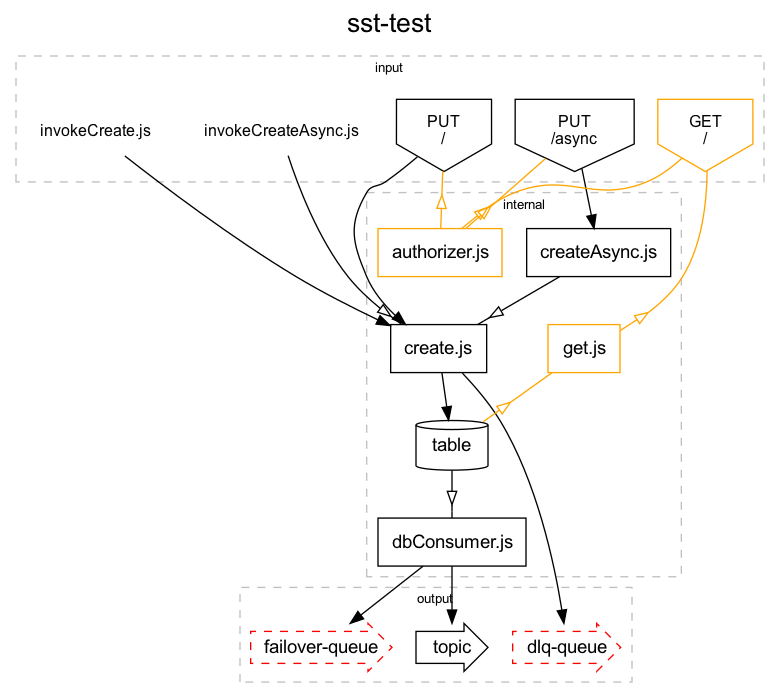
This is stackdef/stackdef.png from wintvelt/sst-ms-template, a Graphviz export, as it was before one commit. Its source is kept beside it as stackdef/stackdef.dot. The source it was exported from:
```dot
digraph {
        node [shape=plaintext fontname="Arial" fontsize="10"]
        edge [fontname="Arial" fontsize="10"]
        subgraph cluster0 {
            label="internal"
            fontname="Arial"
            fontsize=10
            color=grey
            style=dashed
            node0 [ shape=box label=<
            <table border="0" cellborder="0" cellspacing="0">
            <tr><td align="left"><font point-size="14">create.js</font></td></tr>
            </table>>]
        node1 [ shape=box label=<
            <table border="0" cellborder="0" cellspacing="0">
            <tr><td align="left"><font point-size="14">createAsync.js</font></td></tr>
            </table>>]
        node2 [ shape=box color=orange label=<
            <table border="0" cellborder="0" cellspacing="0">
            <tr><td align="left"><font point-size="14">authorizer.js</font></td></tr>
            </table>>]
        node3 [ shape=box label=<
            <table border="0" cellborder="0" cellspacing="0">
            <tr><td align="left"><font point-size="14">dbConsumer.js</font></td></tr>
            </table>>]
        node4 [ shape=box color=orange label=<
            <table border="0" cellborder="0" cellspacing="0">
            <tr><td align="left"><font point-size="14">get.js</font></td></tr>
            </table>>]
        node8 [ shape=cylinder label=<
            <table border="0" cellborder="0" cellspacing="0">
            <tr><td align="left"><font point-size="14">table</font></td></tr>
            </table>>]
    }
    subgraph cluster1 {
            label="input"
            fontname="Arial"
            fontsize=10
            color=grey
            style=dashed
            node5 [ shape=plaintext label=<
            <table border="0" cellborder="0" cellspacing="0">
            <tr><td align="left"><font point-size="12">invokeCreate.js</font></td></tr>
            </table>>]
        node6 [ shape=plaintext label=<
            <table border="0" cellborder="0" cellspacing="0">
            <tr><td align="left"><font point-size="12">invokeCreateAsync.js</font></td></tr>
            </table>>]
        node7 [ shape=invhouse fontsize=12 label="PUT\n/"]
        node10 [ shape=invhouse fontsize=12 label="PUT\n/async"]
        node11 [ shape=invhouse color=orange fontsize=12 label="GET\n/"]
    }
    subgraph cluster2 {
            label="output"
            fontname="Arial"
            fontsize=10
            color=grey
            style=dashed
            node9 [ shape=rarrow style=dashed color=red label=<
            <table border="0" cellborder="0" cellspacing="0">
            <tr><td align="left"><font point-size="14">dlq-queue</font></td></tr>
            </table>>]
        node12 [ shape=rarrow label=<
            <table border="0" cellborder="0" cellspacing="0">
            <tr><td align="left"><font point-size="14">topic</font></td></tr>
            </table>>]
        node13 [ shape=rarrow style=dashed color=red label=<
            <table border="0" cellborder="0" cellspacing="0">
            <tr><td align="left"><font point-size="14">failover-queue</font></td></tr>
            </table>>]
    }
    node7 -> node0
    node0 -> node8
    node0 -> node9
    node10 -> node1
    node1 -> node0 [arrowhead = nonenoneonormal]
    node11 -> node2 [color=orange arrowhead=nonenonenoneoinv]
    node7 -> node2 [color=orange arrowhead=nonenonenoneoinv]
    node10 -> node2 [color=orange arrowhead=nonenonenoneoinv]
    node8 -> node3 [arrowhead = nonenoneonormal]
    node3 -> node12
    node3 -> node13
    node11 -> node4 [color=orange arrowhead=nonenonenoneoinv]
    node4 -> node8 [color=orange arrowhead=nonenonenoneoinv]
    node5 -> node0
    node6 -> node0 [arrowhead = nonenoneonormal]

    labelloc="t"
    fontname="Arial"
    fontsize="20"
    label="sst-test"
}
```
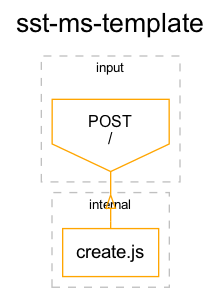
Above is the later version.

The edit, as a diff of the source:
```diff
@@ -7,29 +7,9 @@
             fontsize=10
             color=grey
             style=dashed
-            node0 [ shape=box label=<
+            node0 [ shape=box color=orange label=<
             <table border="0" cellborder="0" cellspacing="0">
             <tr><td align="left"><font point-size="14">create.js</font></td></tr>
-            </table>>]
-        node1 [ shape=box label=<
-            <table border="0" cellborder="0" cellspacing="0">
-            <tr><td align="left"><font point-size="14">createAsync.js</font></td></tr>
-            </table>>]
-        node2 [ shape=box color=orange label=<
-            <table border="0" cellborder="0" cellspacing="0">
-            <tr><td align="left"><font point-size="14">authorizer.js</font></td></tr>
-            </table>>]
-        node3 [ shape=box label=<
-            <table border="0" cellborder="0" cellspacing="0">
-            <tr><td align="left"><font point-size="14">dbConsumer.js</font></td></tr>
-            </table>>]
-        node4 [ shape=box color=orange label=<
-            <table border="0" cellborder="0" cellspacing="0">
-            <tr><td align="left"><font point-size="14">get.js</font></td></tr>
-            </table>>]
-        node8 [ shape=cylinder label=<
-            <table border="0" cellborder="0" cellspacing="0">
-            <tr><td align="left"><font point-size="14">table</font></td></tr>
             </table>>]
     }
     subgraph cluster1 {
@@ -38,55 +18,12 @@
             fontsize=10
             color=grey
             style=dashed
-            node5 [ shape=plaintext label=<
-            <table border="0" cellborder="0" cellspacing="0">
-            <tr><td align="left"><font point-size="12">invokeCreate.js</font></td></tr>
-            </table>>]
-        node6 [ shape=plaintext label=<
-            <table border="0" cellborder="0" cellspacing="0">
-            <tr><td align="left"><font point-size="12">invokeCreateAsync.js</font></td></tr>
-            </table>>]
-        node7 [ shape=invhouse fontsize=12 label="PUT\n/"]
-        node10 [ shape=invhouse fontsize=12 label="PUT\n/async"]
-        node11 [ shape=invhouse color=orange fontsize=12 label="GET\n/"]
+            node1 [ shape=invhouse color=orange fontsize=12 label="POST\n/"]
     }
-    subgraph cluster2 {
-            label="output"
-            fontname="Arial"
-            fontsize=10
-            color=grey
-            style=dashed
-            node9 [ shape=rarrow style=dashed color=red label=<
-            <table border="0" cellborder="0" cellspacing="0">
-            <tr><td align="left"><font point-size="14">dlq-queue</font></td></tr>
-            </table>>]
-        node12 [ shape=rarrow label=<
-            <table border="0" cellborder="0" cellspacing="0">
-            <tr><td align="left"><font point-size="14">topic</font></td></tr>
-            </table>>]
-        node13 [ shape=rarrow style=dashed color=red label=<
-            <table border="0" cellborder="0" cellspacing="0">
-            <tr><td align="left"><font point-size="14">failover-queue</font></td></tr>
-            </table>>]
-    }
-    node7 -> node0
-    node0 -> node8
-    node0 -> node9
-    node10 -> node1
-    node1 -> node0 [arrowhead = nonenoneonormal]
-    node11 -> node2 [color=orange arrowhead=nonenonenoneoinv]
-    node7 -> node2 [color=orange arrowhead=nonenonenoneoinv]
-    node10 -> node2 [color=orange arrowhead=nonenonenoneoinv]
-    node8 -> node3 [arrowhead = nonenoneonormal]
-    node3 -> node12
-    node3 -> node13
-    node11 -> node4 [color=orange arrowhead=nonenonenoneoinv]
-    node4 -> node8 [color=orange arrowhead=nonenonenoneoinv]
-    node5 -> node0
-    node6 -> node0 [arrowhead = nonenoneonormal]
+    node1 -> node0 [color=orange arrowhead=nonenonenoneoinv]
 
     labelloc="t"
     fontname="Arial"
     fontsize="20"
-    label="sst-test"
+    label="sst-ms-template"
 }
```
